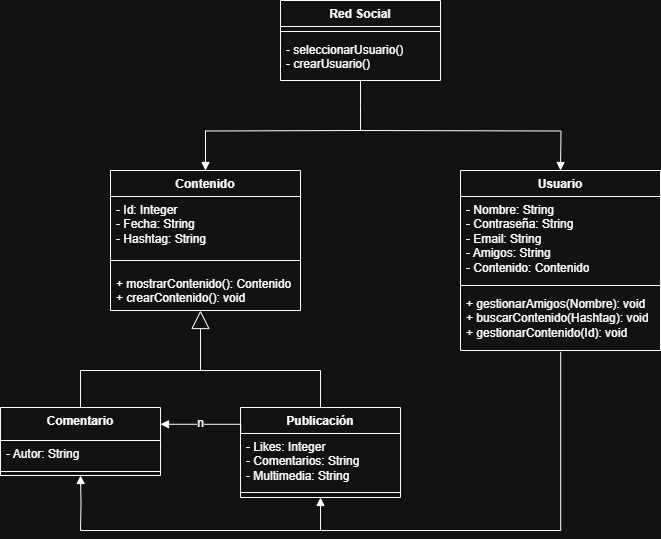
The draw.io diagram diag/png/dc.drawio.png in Kore29/Program-Whale, before a commit. Source tidied: cells renumbered, new cells last; positions are measured from the earlier drawing's top-left corner, leaving out a move shared by most shapes. The source it was exported from:
```xml
<mxGraphModel>
  <root>
    <mxCell id="0" />
    <mxCell id="1" parent="0" />
    <mxCell id="2" value="&lt;div&gt;Contenido&lt;/div&gt;&lt;div&gt;&lt;br&gt;&lt;/div&gt;" style="swimlane;fontStyle=1;align=center;verticalAlign=top;horizontal=1;startSize=26;whiteSpace=wrap;html=1;" parent="1" vertex="1">
      <mxGeometry x="110" y="170" width="190" height="140" as="geometry" />
    </mxCell>
    <mxCell id="3" value="&lt;div&gt;- Id: Integer&lt;/div&gt;&lt;div&gt;- Fecha: String&lt;/div&gt;&lt;div&gt;- Hashtag: String&lt;/div&gt;" style="text;strokeColor=none;fillColor=none;align=left;verticalAlign=top;spacingLeft=4;spacingRight=4;overflow=hidden;whiteSpace=wrap;html=1;" parent="2" vertex="1">
      <mxGeometry y="26" width="190" height="54" as="geometry" />
    </mxCell>
    <mxCell id="4" style="line;strokeWidth=1;fillColor=none;align=left;verticalAlign=middle;spacingTop=-1;spacingLeft=3;spacingRight=3;labelPosition=right;strokeColor=inherit;" parent="2" vertex="1">
      <mxGeometry y="80" width="190" height="20" as="geometry" />
    </mxCell>
    <mxCell id="5" value="&lt;div&gt;+ mostrarContenido(): Contenido&lt;/div&gt;&lt;div&gt;+ crearContenido(): void&lt;/div&gt;" style="text;strokeColor=none;fillColor=none;align=left;verticalAlign=top;spacingLeft=4;spacingRight=4;overflow=hidden;whiteSpace=wrap;html=1;" parent="2" vertex="1">
      <mxGeometry y="100" width="190" height="40" as="geometry" />
    </mxCell>
    <mxCell id="6" value="Red Social" style="swimlane;fontStyle=1;align=center;verticalAlign=top;horizontal=1;startSize=26;whiteSpace=wrap;html=1;fillColor=none;" parent="1" vertex="1">
      <mxGeometry x="280" width="160" height="80" as="geometry" />
    </mxCell>
    <mxCell id="7" style="line;strokeWidth=1;fillColor=none;align=left;verticalAlign=middle;spacingTop=-1;spacingLeft=3;spacingRight=3;labelPosition=right;strokeColor=inherit;" parent="6" vertex="1">
      <mxGeometry y="26" width="160" height="10" as="geometry" />
    </mxCell>
    <mxCell id="8" value="&lt;div&gt;- seleccionarUsuario()&lt;/div&gt;&lt;div&gt;- crearUsuario()&lt;/div&gt;" style="text;strokeColor=none;fillColor=none;align=left;verticalAlign=top;spacingLeft=4;spacingRight=4;overflow=hidden;whiteSpace=wrap;html=1;" parent="6" vertex="1">
      <mxGeometry y="36" width="160" height="44" as="geometry" />
    </mxCell>
    <mxCell id="9" value="Usuario" style="swimlane;fontStyle=1;align=center;verticalAlign=top;horizontal=1;startSize=26;whiteSpace=wrap;html=1;" parent="1" vertex="1">
      <mxGeometry x="460" y="170" width="200" height="180" as="geometry" />
    </mxCell>
    <mxCell id="10" value="&lt;div&gt;- Nombre: String&lt;/div&gt;&lt;div&gt;- Contraseña: String&lt;/div&gt;&lt;div&gt;- Email: String&lt;/div&gt;&lt;div&gt;- Amigos: String&lt;/div&gt;&lt;div&gt;- Contenido: Contenido&lt;/div&gt;&lt;div&gt;&lt;br&gt;&lt;/div&gt;" style="text;strokeColor=none;fillColor=none;align=left;verticalAlign=top;spacingLeft=4;spacingRight=4;overflow=hidden;whiteSpace=wrap;html=1;" parent="9" vertex="1">
      <mxGeometry y="26" width="200" height="84" as="geometry" />
    </mxCell>
    <mxCell id="11" style="line;strokeWidth=1;fillColor=none;align=left;verticalAlign=middle;spacingTop=-1;spacingLeft=3;spacingRight=3;labelPosition=right;strokeColor=inherit;" parent="9" vertex="1">
      <mxGeometry y="110" width="200" height="10" as="geometry" />
    </mxCell>
    <mxCell id="12" value="&lt;div&gt;+ gestionarAmigos(Nombre): void&lt;/div&gt;&lt;div&gt;+ buscarContenido(Hashtag): void&lt;/div&gt;&lt;div&gt;+ gestionarContenido(Id): void&lt;/div&gt;" style="text;strokeColor=none;fillColor=none;align=left;verticalAlign=top;spacingLeft=4;spacingRight=4;overflow=hidden;points=[[0,0.5],[1,0.5]];portConstraint=eastwest;whiteSpace=wrap;html=1;" parent="9" vertex="1">
      <mxGeometry y="120" width="200" height="60" as="geometry" />
    </mxCell>
    <mxCell id="13" style="endArrow=none;html=1;edgeStyle=orthogonalEdgeStyle;rounded=0;" parent="1" edge="1" target="21">
      <mxGeometry relative="1" as="geometry">
        <mxPoint x="200" y="370" as="sourcePoint" />
        <Array as="points">
          <mxPoint x="200" y="370" />
          <mxPoint x="320" y="370" />
        </Array>
      </mxGeometry>
    </mxCell>
    <mxCell id="14" style="endArrow=none;html=1;edgeStyle=orthogonalEdgeStyle;rounded=0;exitX=0.5;exitY=0;exitDx=0;exitDy=0;" parent="1" edge="1" source="18">
      <mxGeometry relative="1" as="geometry">
        <mxPoint x="200" y="370" as="targetPoint" />
        <Array as="points">
          <mxPoint x="80" y="370" />
          <mxPoint x="200" y="370" />
        </Array>
      </mxGeometry>
    </mxCell>
    <mxCell id="15" style="endArrow=none;html=1;edgeStyle=orthogonalEdgeStyle;rounded=0;exitX=0.5;exitY=1;exitDx=0;exitDy=0;" parent="1" edge="1" source="6">
      <mxGeometry relative="1" as="geometry">
        <mxPoint x="360" y="130" as="targetPoint" />
      </mxGeometry>
    </mxCell>
    <mxCell id="16" style="endArrow=block;endFill=1;html=1;edgeStyle=orthogonalEdgeStyle;align=left;verticalAlign=top;rounded=0;entryX=0.5;entryY=0;entryDx=0;entryDy=0;" parent="1" edge="1">
      <mxGeometry x="-1" y="-64" relative="1" as="geometry">
        <mxPoint x="360" y="130" as="sourcePoint" />
        <mxPoint x="560" y="170" as="targetPoint" />
        <mxPoint x="-40" y="-14" as="offset" />
      </mxGeometry>
    </mxCell>
    <mxCell id="17" style="endArrow=block;endFill=1;html=1;edgeStyle=orthogonalEdgeStyle;align=left;verticalAlign=top;rounded=0;" parent="1" edge="1" target="2">
      <mxGeometry x="-1" y="80" relative="1" as="geometry">
        <mxPoint x="360" y="130" as="sourcePoint" />
        <mxPoint x="80" y="-80" as="offset" />
      </mxGeometry>
    </mxCell>
    <mxCell id="18" value="Comentario" style="swimlane;fontStyle=1;align=center;verticalAlign=top;horizontal=1;startSize=33;whiteSpace=wrap;html=1;" parent="1" vertex="1">
      <mxGeometry y="407" width="160" height="68" as="geometry" />
    </mxCell>
    <mxCell id="19" value="- Autor: String" style="text;strokeColor=none;fillColor=none;align=left;verticalAlign=top;spacingLeft=4;spacingRight=4;overflow=hidden;whiteSpace=wrap;html=1;" parent="18" vertex="1">
      <mxGeometry y="33" width="160" height="27" as="geometry" />
    </mxCell>
    <mxCell id="20" style="line;strokeWidth=1;fillColor=none;align=left;verticalAlign=middle;spacingTop=-1;spacingLeft=3;spacingRight=3;labelPosition=right;strokeColor=inherit;" parent="18" vertex="1">
      <mxGeometry y="60" width="160" height="8" as="geometry" />
    </mxCell>
    <mxCell id="21" value="Publicación" style="swimlane;fontStyle=1;align=center;verticalAlign=top;horizontal=1;startSize=26;whiteSpace=wrap;html=1;" parent="1" vertex="1">
      <mxGeometry x="240" y="407" width="160" height="90" as="geometry" />
    </mxCell>
    <mxCell id="22" value="&lt;div&gt;&lt;span style=&quot;background-color: transparent; color: light-dark(rgb(0, 0, 0), rgb(255, 255, 255));&quot;&gt;- Likes: Integer&lt;/span&gt;&lt;/div&gt;&lt;div&gt;&lt;span style=&quot;background-color: transparent; color: light-dark(rgb(0, 0, 0), rgb(255, 255, 255));&quot;&gt;- Comentarios: String&amp;nbsp;&lt;/span&gt;&lt;/div&gt;&lt;div&gt;&lt;span style=&quot;background-color: transparent; color: light-dark(rgb(0, 0, 0), rgb(255, 255, 255));&quot;&gt;- Multimedia: String&lt;/span&gt;&lt;/div&gt;" style="text;strokeColor=none;fillColor=none;align=left;verticalAlign=top;spacingLeft=4;spacingRight=4;overflow=hidden;whiteSpace=wrap;html=1;" parent="21" vertex="1">
      <mxGeometry y="26" width="160" height="54" as="geometry" />
    </mxCell>
    <mxCell id="23" style="line;strokeWidth=1;fillColor=none;align=left;verticalAlign=middle;spacingTop=-1;spacingLeft=3;spacingRight=3;labelPosition=right;strokeColor=inherit;" parent="21" vertex="1">
      <mxGeometry y="80" width="160" height="10" as="geometry" />
    </mxCell>
    <mxCell id="24" style="endArrow=none;html=1;edgeStyle=orthogonalEdgeStyle;rounded=0;exitX=0.501;exitY=1.023;exitDx=0;exitDy=0;exitPerimeter=0;" parent="1" edge="1" source="12">
      <mxGeometry relative="1" as="geometry">
        <mxPoint x="80" y="530" as="targetPoint" />
        <Array as="points">
          <mxPoint x="560" y="530" />
          <mxPoint x="80" y="530" />
        </Array>
      </mxGeometry>
    </mxCell>
    <mxCell id="25" style="endArrow=block;endFill=1;html=1;edgeStyle=orthogonalEdgeStyle;align=left;verticalAlign=top;rounded=0;entryX=0.5;entryY=1;entryDx=0;entryDy=0;" parent="1" edge="1" target="18">
      <mxGeometry x="-1" relative="1" as="geometry">
        <mxPoint x="80" y="530" as="sourcePoint" />
      </mxGeometry>
    </mxCell>
    <mxCell id="26" style="endArrow=block;endFill=1;html=1;edgeStyle=orthogonalEdgeStyle;align=left;verticalAlign=top;rounded=0;entryX=0.5;entryY=1;entryDx=0;entryDy=0;" parent="1" edge="1" target="21">
      <mxGeometry x="-1" relative="1" as="geometry">
        <mxPoint x="320" y="530" as="sourcePoint" />
        <Array as="points">
          <mxPoint x="320" y="500" />
          <mxPoint x="320" y="500" />
        </Array>
      </mxGeometry>
    </mxCell>
    <mxCell id="27" style="endArrow=block;endFill=1;html=1;edgeStyle=orthogonalEdgeStyle;align=left;verticalAlign=top;rounded=0;exitX=0.001;exitY=0.277;exitDx=0;exitDy=0;entryX=1;entryY=0.5;entryDx=0;entryDy=0;exitPerimeter=0;" parent="1" edge="1" source="21">
      <mxGeometry x="-1" relative="1" as="geometry">
        <mxPoint x="160" y="423.8" as="targetPoint" />
        <Array as="points">
          <mxPoint x="160" y="424" />
        </Array>
      </mxGeometry>
    </mxCell>
    <mxCell id="28" value="n" style="edgeLabel;html=1;align=center;verticalAlign=middle;fontSize=12;" parent="27" vertex="1">
      <mxGeometry x="-0.15" y="-1" relative="1" as="geometry">
        <mxPoint x="-11" as="offset" />
      </mxGeometry>
    </mxCell>
    <mxCell id="29" style="endArrow=block;endSize=16;endFill=0;html=1;rounded=0;fontSize=12;curved=1;" parent="1" edge="1">
      <mxGeometry relative="1" as="geometry">
        <mxPoint x="200" y="370" as="sourcePoint" />
        <mxPoint x="200" y="310" as="targetPoint" />
      </mxGeometry>
    </mxCell>
  </root>
</mxGraphModel>
```
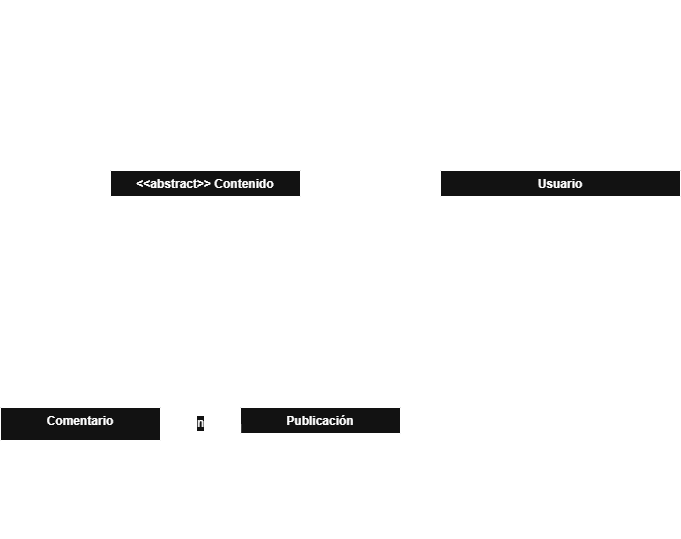
The same file after the commit.

Change to the diagram source:
```diff
@@ -2,16 +2,16 @@
   <root>
     <mxCell id="0" />
     <mxCell id="1" parent="0" />
-    <mxCell id="2" value="&lt;div&gt;Contenido&lt;/div&gt;&lt;div&gt;&lt;br&gt;&lt;/div&gt;" style="swimlane;fontStyle=1;align=center;verticalAlign=top;horizontal=1;startSize=26;whiteSpace=wrap;html=1;" parent="1" vertex="1">
+    <mxCell id="2" value="&lt;div&gt;&amp;lt;&amp;lt;abstract&amp;gt;&amp;gt; Contenido&lt;/div&gt;&lt;div&gt;&lt;br&gt;&lt;/div&gt;" style="swimlane;fontStyle=1;align=center;verticalAlign=top;horizontal=1;startSize=26;whiteSpace=wrap;html=1;" parent="1" vertex="1">
       <mxGeometry x="110" y="170" width="190" height="140" as="geometry" />
     </mxCell>
-    <mxCell id="3" value="&lt;div&gt;- Id: Integer&lt;/div&gt;&lt;div&gt;- Fecha: String&lt;/div&gt;&lt;div&gt;- Hashtag: String&lt;/div&gt;" style="text;strokeColor=none;fillColor=none;align=left;verticalAlign=top;spacingLeft=4;spacingRight=4;overflow=hidden;whiteSpace=wrap;html=1;" parent="2" vertex="1">
+    <mxCell id="3" value="&lt;div&gt;# Id: Integer&lt;/div&gt;&lt;div&gt;# Fecha: String&lt;/div&gt;&lt;div&gt;# Hashtag: String&lt;/div&gt;" style="text;strokeColor=none;fillColor=none;align=left;verticalAlign=top;spacingLeft=4;spacingRight=4;overflow=hidden;whiteSpace=wrap;html=1;" parent="2" vertex="1">
       <mxGeometry y="26" width="190" height="54" as="geometry" />
     </mxCell>
     <mxCell id="4" style="line;strokeWidth=1;fillColor=none;align=left;verticalAlign=middle;spacingTop=-1;spacingLeft=3;spacingRight=3;labelPosition=right;strokeColor=inherit;" parent="2" vertex="1">
       <mxGeometry y="80" width="190" height="20" as="geometry" />
     </mxCell>
-    <mxCell id="5" value="&lt;div&gt;+ mostrarContenido(): Contenido&lt;/div&gt;&lt;div&gt;+ crearContenido(): void&lt;/div&gt;" style="text;strokeColor=none;fillColor=none;align=left;verticalAlign=top;spacingLeft=4;spacingRight=4;overflow=hidden;whiteSpace=wrap;html=1;" parent="2" vertex="1">
+    <mxCell id="5" value="&lt;div&gt;+ mostrarContenido(): &amp;lt;&amp;lt;get&amp;gt;&amp;gt;&lt;/div&gt;&lt;div&gt;+ crearContenido(): &amp;lt;&amp;lt;add&amp;gt;&amp;gt;&lt;/div&gt;" style="text;strokeColor=none;fillColor=none;align=left;verticalAlign=top;spacingLeft=4;spacingRight=4;overflow=hidden;whiteSpace=wrap;html=1;" parent="2" vertex="1">
       <mxGeometry y="100" width="190" height="40" as="geometry" />
     </mxCell>
     <mxCell id="6" value="Red Social" style="swimlane;fontStyle=1;align=center;verticalAlign=top;horizontal=1;startSize=26;whiteSpace=wrap;html=1;fillColor=none;" parent="1" vertex="1">
@@ -20,20 +20,20 @@
     <mxCell id="7" style="line;strokeWidth=1;fillColor=none;align=left;verticalAlign=middle;spacingTop=-1;spacingLeft=3;spacingRight=3;labelPosition=right;strokeColor=inherit;" parent="6" vertex="1">
       <mxGeometry y="26" width="160" height="10" as="geometry" />
     </mxCell>
-    <mxCell id="8" value="&lt;div&gt;- seleccionarUsuario()&lt;/div&gt;&lt;div&gt;- crearUsuario()&lt;/div&gt;" style="text;strokeColor=none;fillColor=none;align=left;verticalAlign=top;spacingLeft=4;spacingRight=4;overflow=hidden;whiteSpace=wrap;html=1;" parent="6" vertex="1">
+    <mxCell id="8" value="&lt;div&gt;+ seleccionarUsuario()&lt;/div&gt;&lt;div&gt;+ crearUsuario()&lt;/div&gt;" style="text;strokeColor=none;fillColor=none;align=left;verticalAlign=top;spacingLeft=4;spacingRight=4;overflow=hidden;whiteSpace=wrap;html=1;" parent="6" vertex="1">
       <mxGeometry y="36" width="160" height="44" as="geometry" />
     </mxCell>
     <mxCell id="9" value="Usuario" style="swimlane;fontStyle=1;align=center;verticalAlign=top;horizontal=1;startSize=26;whiteSpace=wrap;html=1;" parent="1" vertex="1">
-      <mxGeometry x="460" y="170" width="200" height="180" as="geometry" />
+      <mxGeometry x="440" y="170" width="240" height="200" as="geometry" />
     </mxCell>
     <mxCell id="10" value="&lt;div&gt;- Nombre: String&lt;/div&gt;&lt;div&gt;- Contraseña: String&lt;/div&gt;&lt;div&gt;- Email: String&lt;/div&gt;&lt;div&gt;- Amigos: String&lt;/div&gt;&lt;div&gt;- Contenido: Contenido&lt;/div&gt;&lt;div&gt;&lt;br&gt;&lt;/div&gt;" style="text;strokeColor=none;fillColor=none;align=left;verticalAlign=top;spacingLeft=4;spacingRight=4;overflow=hidden;whiteSpace=wrap;html=1;" parent="9" vertex="1">
-      <mxGeometry y="26" width="200" height="84" as="geometry" />
+      <mxGeometry y="26" width="240" height="84" as="geometry" />
     </mxCell>
     <mxCell id="11" style="line;strokeWidth=1;fillColor=none;align=left;verticalAlign=middle;spacingTop=-1;spacingLeft=3;spacingRight=3;labelPosition=right;strokeColor=inherit;" parent="9" vertex="1">
-      <mxGeometry y="110" width="200" height="10" as="geometry" />
+      <mxGeometry y="110" width="240" height="10" as="geometry" />
     </mxCell>
-    <mxCell id="12" value="&lt;div&gt;+ gestionarAmigos(Nombre): void&lt;/div&gt;&lt;div&gt;+ buscarContenido(Hashtag): void&lt;/div&gt;&lt;div&gt;+ gestionarContenido(Id): void&lt;/div&gt;" style="text;strokeColor=none;fillColor=none;align=left;verticalAlign=top;spacingLeft=4;spacingRight=4;overflow=hidden;points=[[0,0.5],[1,0.5]];portConstraint=eastwest;whiteSpace=wrap;html=1;" parent="9" vertex="1">
-      <mxGeometry y="120" width="200" height="60" as="geometry" />
+    <mxCell id="12" value="&lt;div&gt;+ gestionarAmigos(Nombre): void&lt;/div&gt;&lt;div&gt;+ gestionarUsuario(Nombre): &amp;lt;&amp;lt;set&amp;gt;&amp;gt;&lt;/div&gt;&lt;div&gt;+ buscarContenido(Hashtag): &amp;lt;&amp;lt;get&amp;gt;&amp;gt;&lt;/div&gt;&lt;div&gt;+ gestionarContenido(Id): void&lt;/div&gt;" style="text;strokeColor=none;fillColor=none;align=left;verticalAlign=top;spacingLeft=4;spacingRight=4;overflow=hidden;points=[[0,0.5],[1,0.5]];portConstraint=eastwest;whiteSpace=wrap;html=1;" parent="9" vertex="1">
+      <mxGeometry y="120" width="240" height="80" as="geometry" />
     </mxCell>
     <mxCell id="13" style="endArrow=none;html=1;edgeStyle=orthogonalEdgeStyle;rounded=0;" parent="1" edge="1" target="21">
       <mxGeometry relative="1" as="geometry">
```
